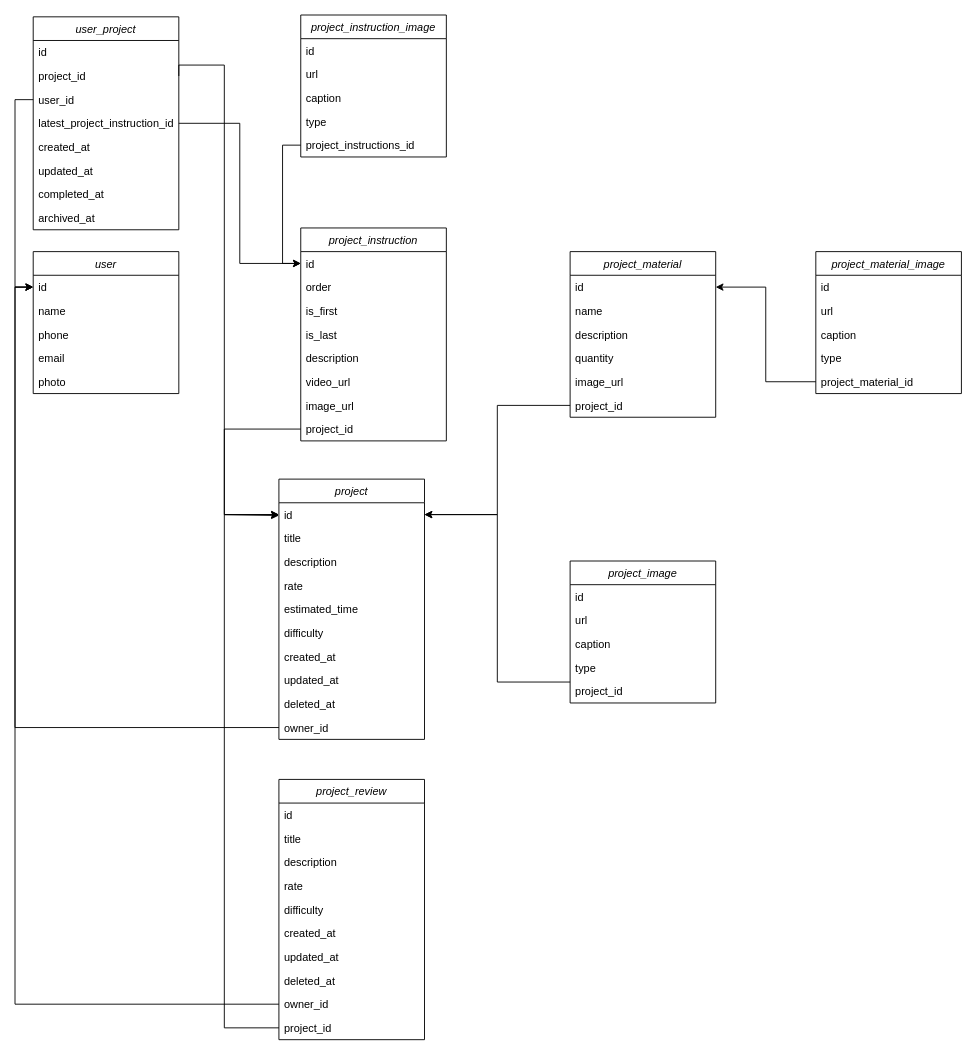
Earlier version of the draw.io diagram diagrams/db.drawio (michaelsampietro/diyapi). Source tidied: cells renumbered, new cells numbered last; positions are measured from the earlier drawing's top-left corner, leaving out a move shared by most shapes. Both pictures are drawn from the tidied source at 91%, with x=0, y=0 at pixel (33, 15).
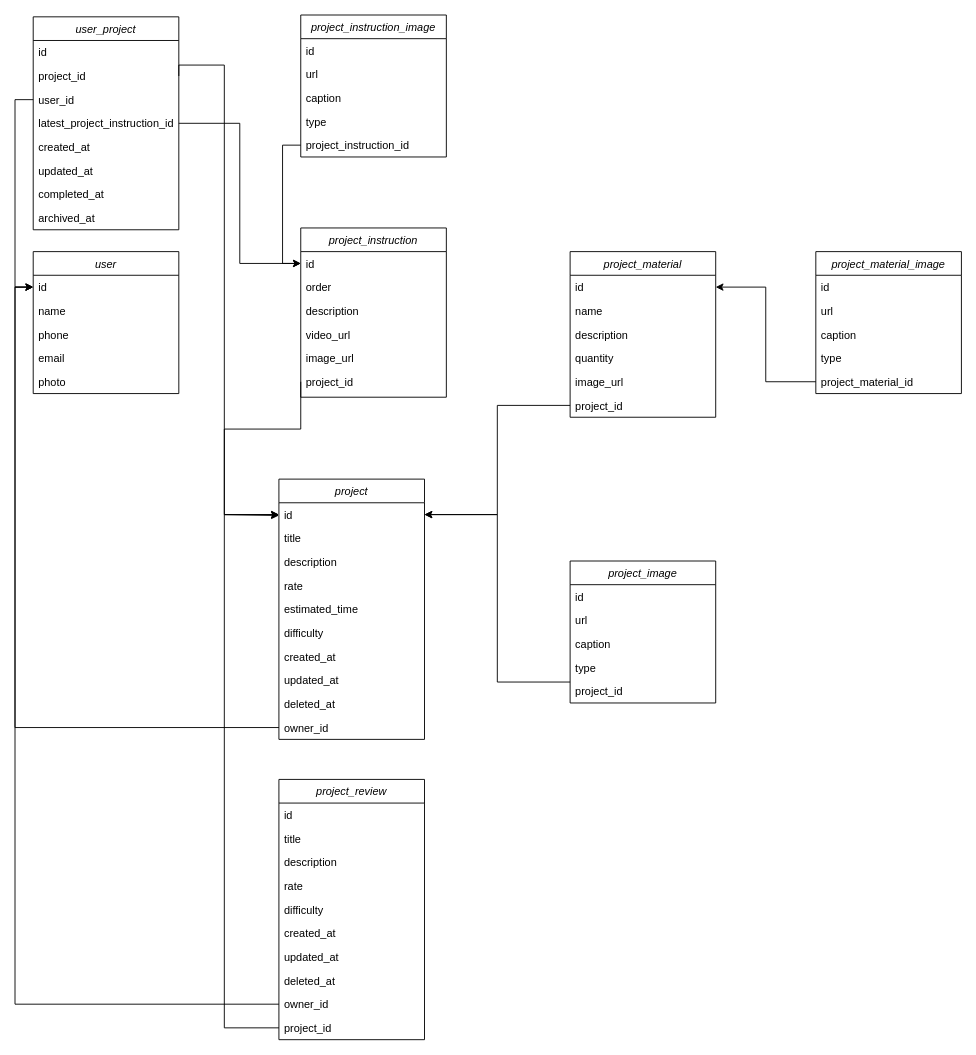
After the change.

Unchanged cells that the change refers to:
```xml
<mxCell id="52" value="project_instruction_image" style="swimlane;fontStyle=2;align=center;verticalAlign=top;horizontal=1;startSize=26;rounded=0;shadow=0;strokeWidth=1;" parent="1" vertex="1">
  <mxGeometry x="294" width="160" height="156" as="geometry" />
</mxCell>
```

Diff of the diagram source:
```diff
@@
     <mxCell id="20" value="project_instruction" style="swimlane;fontStyle=2;align=center;verticalAlign=top;horizontal=1;startSize=26;rounded=0;shadow=0;strokeWidth=1;" parent="1" vertex="1">
-      <mxGeometry x="294" y="234" width="160" height="234" as="geometry" />
+      <mxGeometry x="294" y="234" width="160" height="186" as="geometry" />
     </mxCell>
@@
-    <mxCell id="23" value="is_first" style="text;align=left;verticalAlign=top;spacingLeft=4;spacingRight=4;overflow=hidden;" parent="20" vertex="1">
-      <mxGeometry y="78" width="160" height="26" as="geometry" />
-    </mxCell>
-    <mxCell id="24" value="is_last" style="text;align=left;verticalAlign=top;spacingLeft=4;spacingRight=4;overflow=hidden;" parent="20" vertex="1">
-      <mxGeometry y="104" width="160" height="26" as="geometry" />
-    </mxCell>
     <mxCell id="25" value="description" style="text;align=left;verticalAlign=top;spacingLeft=4;spacingRight=4;overflow=hidden;rounded=0;shadow=0;html=0;" parent="20" vertex="1">
-      <mxGeometry y="130" width="160" height="26" as="geometry" />
+      <mxGeometry y="78" width="160" height="26" as="geometry" />
     </mxCell>
     <mxCell id="26" value="video_url" style="text;align=left;verticalAlign=top;spacingLeft=4;spacingRight=4;overflow=hidden;rounded=0;shadow=0;html=0;" parent="20" vertex="1">
-      <mxGeometry y="156" width="160" height="26" as="geometry" />
+      <mxGeometry y="104" width="160" height="26" as="geometry" />
     </mxCell>
     <mxCell id="27" value="image_url" style="text;align=left;verticalAlign=top;spacingLeft=4;spacingRight=4;overflow=hidden;rounded=0;shadow=0;html=0;" parent="20" vertex="1">
-      <mxGeometry y="182" width="160" height="26" as="geometry" />
+      <mxGeometry y="130" width="160" height="26" as="geometry" />
     </mxCell>
     <mxCell id="28" value="project_id" style="text;align=left;verticalAlign=top;spacingLeft=4;spacingRight=4;overflow=hidden;points=[[0,0.5],[1,0.5]];portConstraint=eastwest;rounded=0;shadow=0;html=0;" parent="20" vertex="1">
-      <mxGeometry y="208" width="160" height="26" as="geometry" />
+      <mxGeometry y="156" width="160" height="26" as="geometry" />
     </mxCell>
@@
-    <mxCell id="57" value="project_instructions_id" style="text;align=left;verticalAlign=top;spacingLeft=4;spacingRight=4;overflow=hidden;points=[[0,0.5],[1,0.5]];portConstraint=eastwest;rounded=0;shadow=0;html=0;" parent="52" vertex="1">
+    <mxCell id="57" value="project_instruction_id" style="text;align=left;verticalAlign=top;spacingLeft=4;spacingRight=4;overflow=hidden;points=[[0,0.5],[1,0.5]];portConstraint=eastwest;rounded=0;shadow=0;html=0;" parent="52" vertex="1">
       <mxGeometry y="130" width="160" height="26" as="geometry" />
     </mxCell>
```
